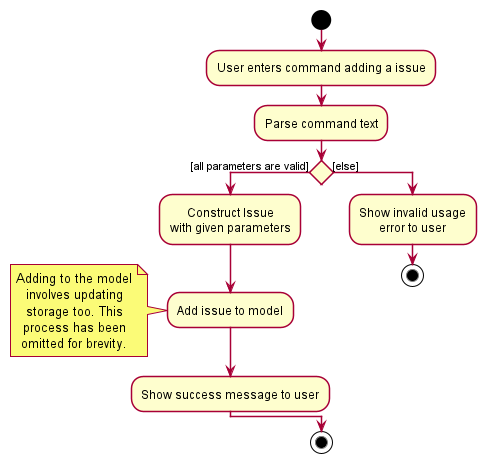
nus-cs2103-AY2021S2/tp keeps this PlantUML diagram as docs/images/issue/AddIssueCommandActivityDiagram.png. Above is the earlier version.
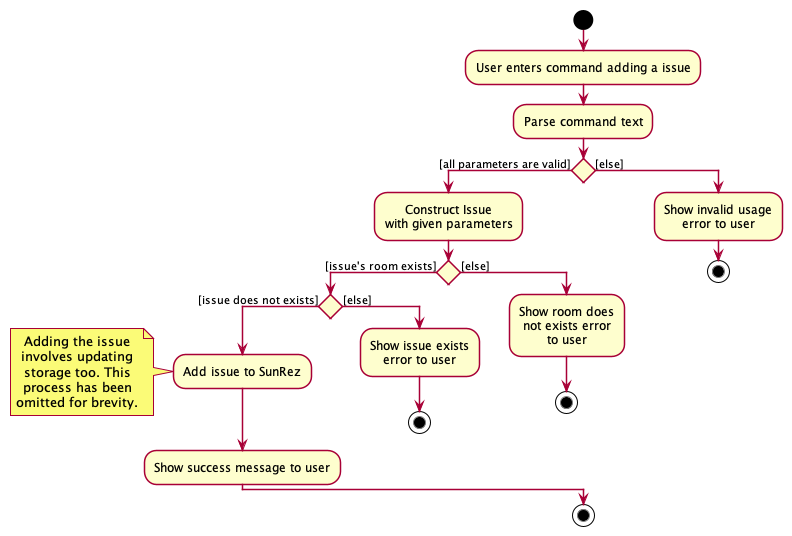
After the commit.

Commit message:
Docs(Issue): Update DG diagrams

The edit, as a diff of the source:
```diff
@@ -4,21 +4,34 @@
 :User enters command adding a issue;
 :Parse command text;
 if () then ([all parameters are valid])
-:Construct Issue
-with given parameters;
-:Add issue to model;
-note left
-Adding to the model
-involves updating
-storage too. This
-process has been
-omitted for brevity.
-end note
-:Show success message to user;
+    :Construct Issue
+    with given parameters;
+    if () then ([issue's room exists])
+        if () then ([issue does not exists])
+            :Add issue to SunRez;
+            note left
+            Adding the issue
+            involves updating
+            storage too. This
+            process has been
+            omitted for brevity.
+            end note
+            :Show success message to user;
+        else ([else])
+            :Show issue exists
+            error to user;
+            stop
+        endif
+    else ([else])
+        :Show room does
+        not exists error
+        to user;
+        stop
+    endif
 else ([else])
-:Show invalid usage
-error to user;
-stop
+    :Show invalid usage
+    error to user;
+    stop
 endif
 
 stop
```
